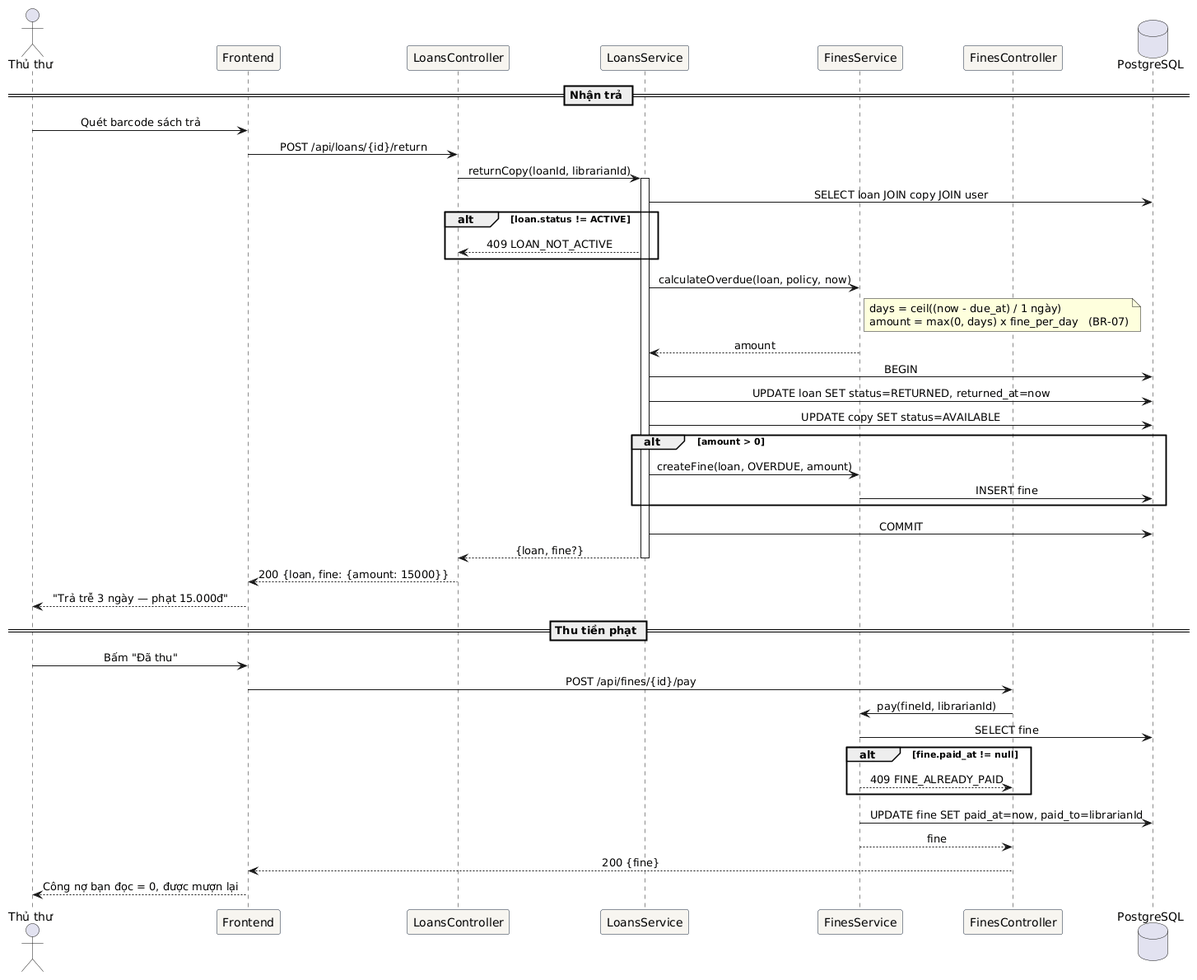
Earlier version of the PlantUML export docs/uml/sequence-return-fine.png (khoidev2001/university-library-system).
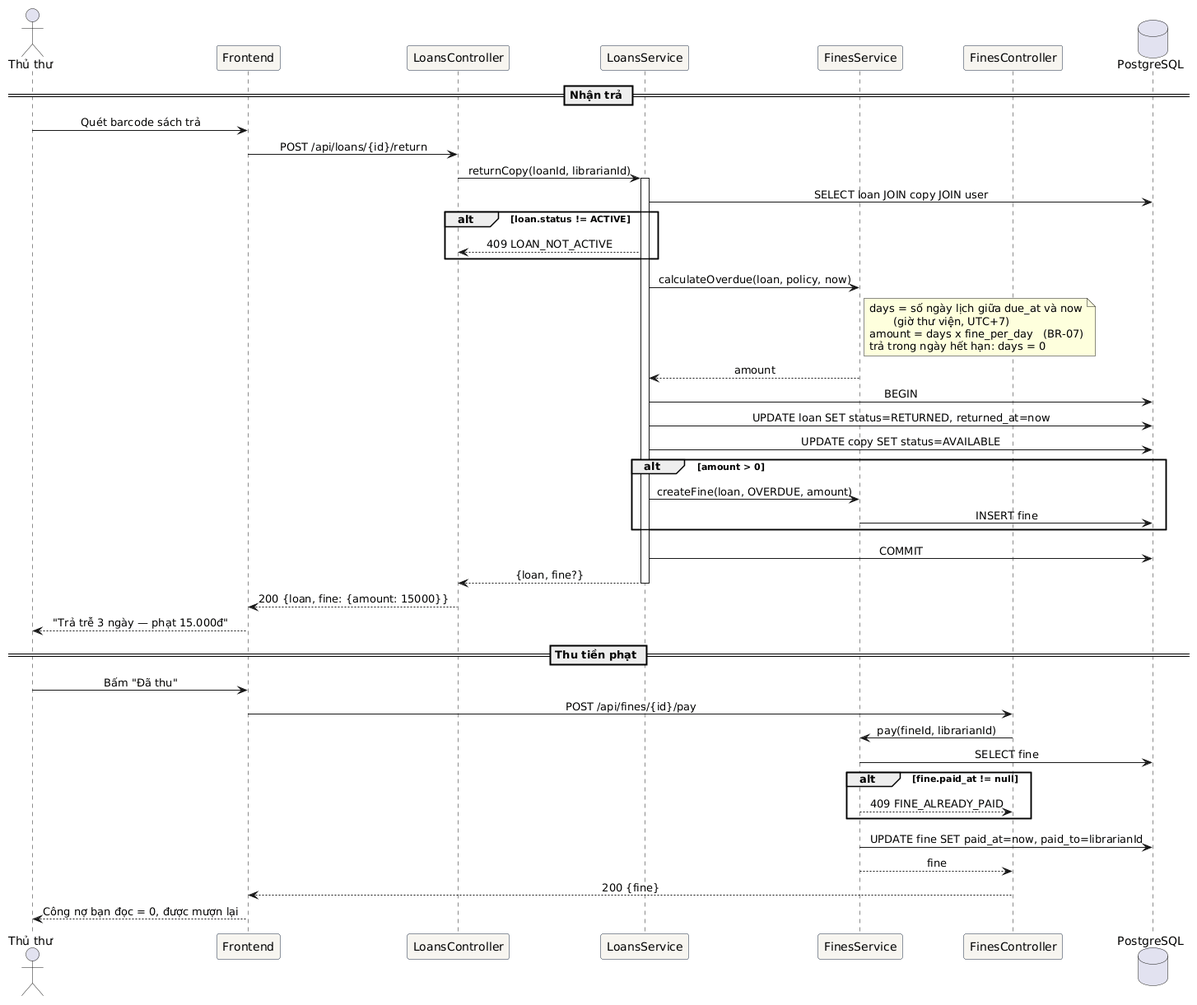
The same diagram one commit later.

Change to the diagram source:
```diff
@@ -23,8 +23,10 @@
 end
 S -> F : calculateOverdue(loan, policy, now)
 note right of F
-  days = ceil((now - due_at) / 1 ngày)
-  amount = max(0, days) x fine_per_day   (BR-07)
+  days = số ngày lịch giữa due_at và now
+         (giờ thư viện, UTC+7)
+  amount = days x fine_per_day   (BR-07)
+  trả trong ngày hết hạn: days = 0
 end note
 F --> S : amount
 S -> DB : BEGIN
```
